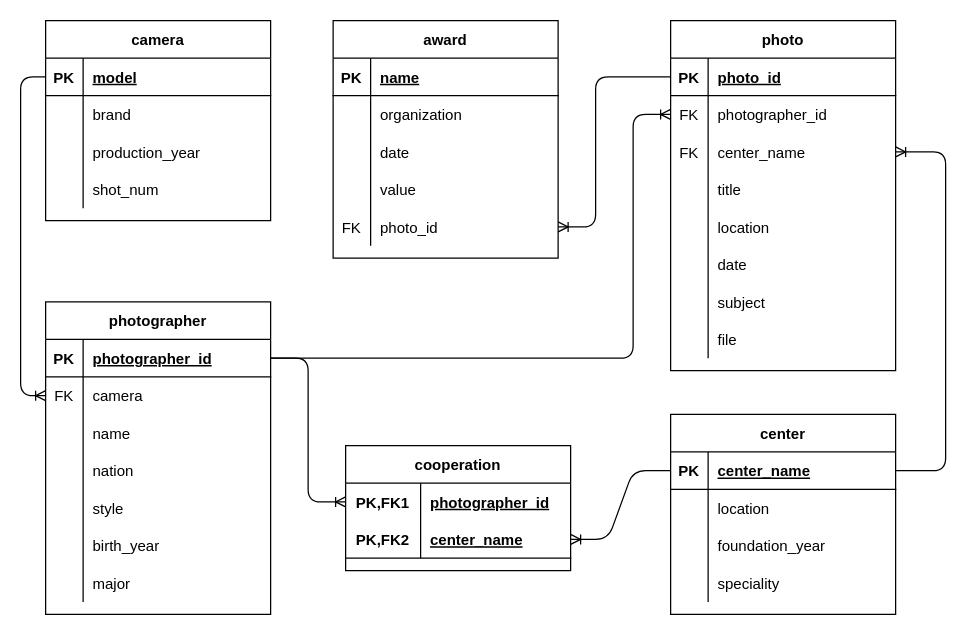
The draw.io diagram Untitled Diagram.drawio in leylakrz/test, before the edit. Source tidied: cells renumbered, new cells numbered last; positions are measured from the earlier drawing's top-left corner, leaving out a move shared by most shapes. Both pictures are drawn from the tidied source at 125%, with x=0, y=0 at pixel (20, 20).
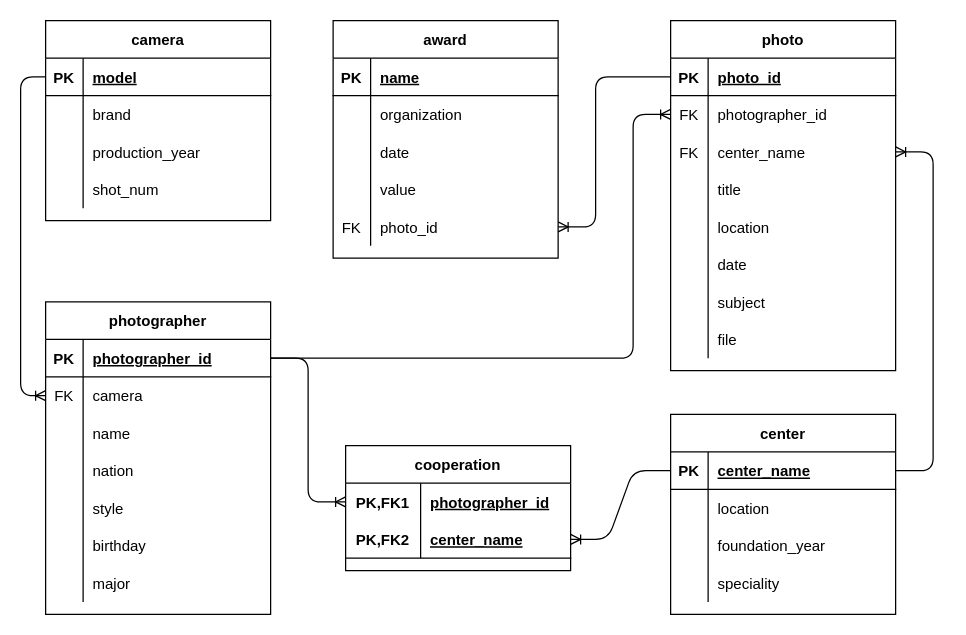
The same diagram, later.

Unchanged cells that the change refers to:
```xml
<mxCell id="18" style="shape=partialRectangle;fillColor=none;top=0;left=0;bottom=0;right=0;" parent="2" vertex="1">
  <mxGeometry y="180" width="180" height="30" as="geometry" />
</mxCell>
<mxCell id="38" style="shape=partialRectangle;fillColor=none;top=0;left=0;bottom=1;right=0;points=[[0,0.5],[1,0.5]];portConstraint=eastwest;" parent="37" vertex="1">
  <mxGeometry y="30" width="180" height="30" as="geometry" />
</mxCell>
<mxCell id="57" style="shape=partialRectangle;fillColor=none;top=0;left=0;bottom=0;right=0;points=[[0,0.5],[1,0.5]];portConstraint=eastwest;" parent="50" vertex="1">
  <mxGeometry y="90" width="180" height="30" as="geometry" />
</mxCell>
```

What changed in the source:
```diff
@@
-    <mxCell id="20" value="birth_year" style="shape=partialRectangle;fillColor=none;top=0;left=0;bottom=0;right=0;align=left;spacingLeft=6;overflow=hidden;" parent="18" vertex="1">
+    <mxCell id="20" value="birthday" style="shape=partialRectangle;fillColor=none;top=0;left=0;bottom=0;right=0;align=left;spacingLeft=6;overflow=hidden;" parent="18" vertex="1">
       <mxGeometry x="30" width="150" height="30" as="geometry" />
     </mxCell>
@@
     <mxCell id="92" style="edgeStyle=orthogonalEdgeStyle;fontSize=12;html=1;endArrow=ERoneToMany;entryX=1;entryY=0.5;entryDx=0;entryDy=0;exitX=1;exitY=0.5;exitDx=0;exitDy=0;" parent="1" edge="1" source="38" target="57">
       <mxGeometry relative="1" as="geometry">
         <Array as="points">
-          <mxPoint x="740" y="360" />
-          <mxPoint x="740" y="105" />
+          <mxPoint x="730" y="360" />
+          <mxPoint x="730" y="105" />
         </Array>
       </mxGeometry>
     </mxCell>
```
